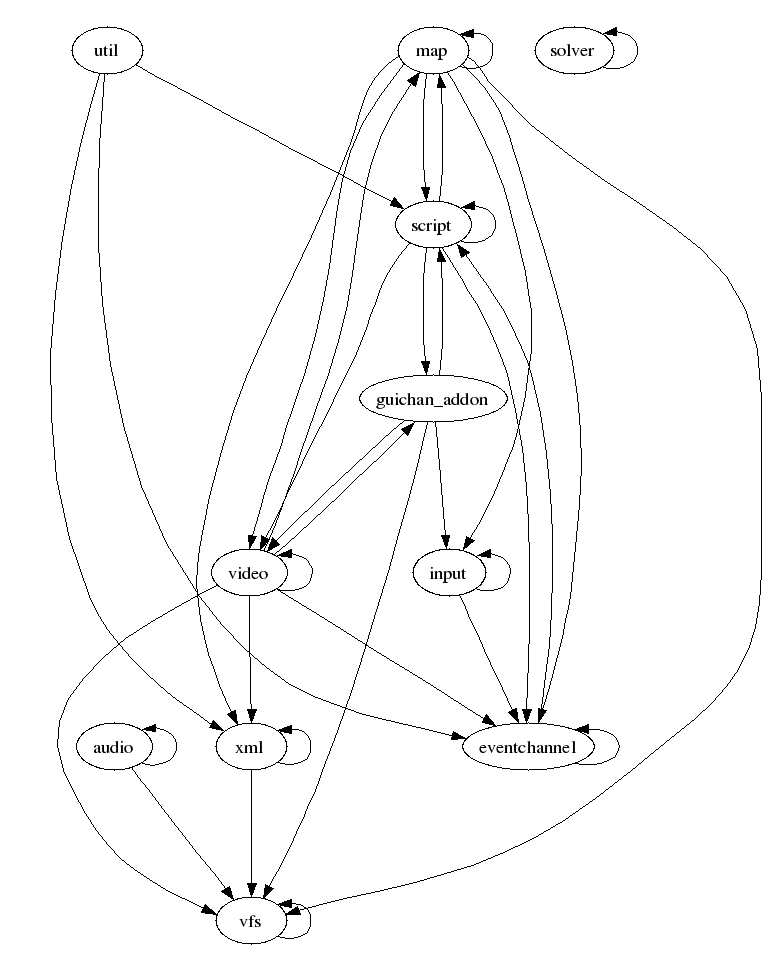
Before: doc/dependencies/moduledeps.png, a diagram exported from Graphviz (fifengine/fifengine). Its source is kept beside it as doc/dependencies/moduledeps.dot.
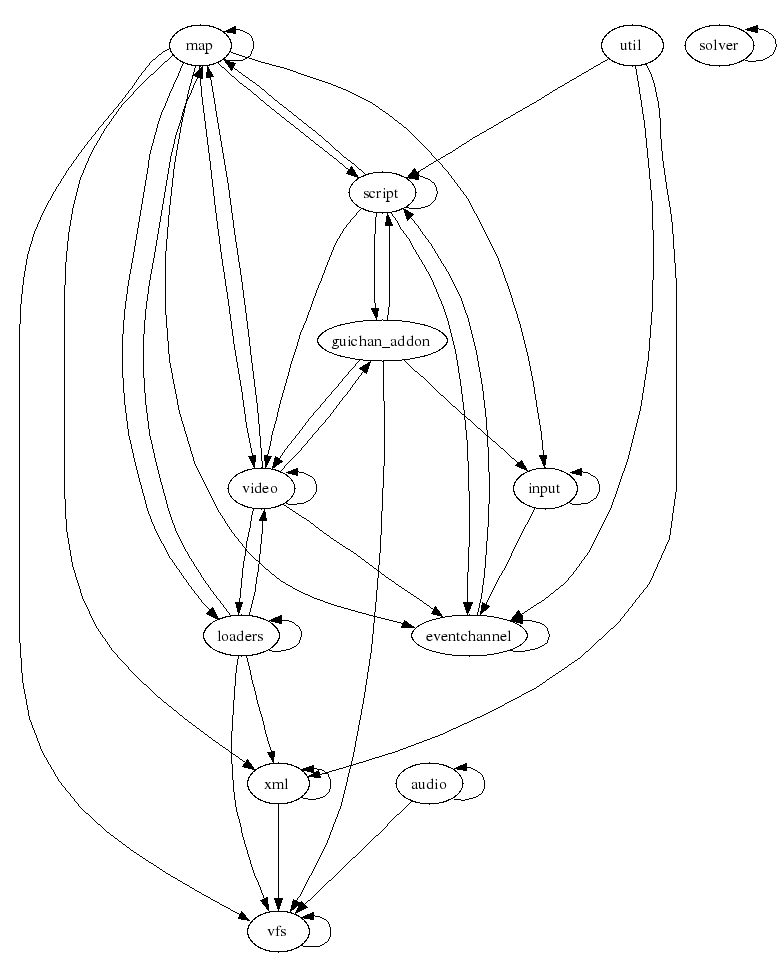
Later version of the same file.

Commit message:
dep diagrams updated

Diff of the diagram source:
```diff
@@ -11,6 +11,7 @@
     "map" -> "map"
     "map" -> "script"
     "map" -> "eventchannel"
+    "map" -> "loaders"
     "map" -> "video"
     "map" -> "input"
     "map" -> "vfs"
@@ -20,21 +21,25 @@
     "script" -> "eventchannel"
     "script" -> "guichan_addon"
     "solver" -> "solver"
+    "guichan_addon" -> "input"
+    "guichan_addon" -> "video"
+    "guichan_addon" -> "vfs"
+    "guichan_addon" -> "script"
     "eventchannel" -> "eventchannel"
     "eventchannel" -> "script"
-    "guichan_addon" -> "vfs"
-    "guichan_addon" -> "script"
-    "guichan_addon" -> "video"
-    "guichan_addon" -> "input"
+    "loaders" -> "xml"
+    "loaders" -> "video"
+    "loaders" -> "map"
+    "loaders" -> "vfs"
+    "loaders" -> "loaders"
     "util" -> "xml"
     "util" -> "eventchannel"
     "util" -> "script"
-    "video" -> "xml"
     "video" -> "map"
+    "video" -> "loaders"
+    "video" -> "video"
     "video" -> "eventchannel"
     "video" -> "guichan_addon"
-    "video" -> "video"
-    "video" -> "vfs"
     "input" -> "input"
     "input" -> "eventchannel"
     "audio" -> "audio"
```
